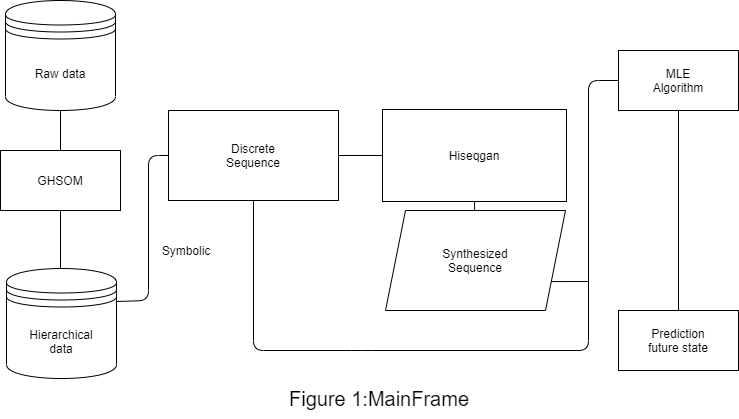
Before: image/mainframe.png, a diagram exported from draw.io (lina2360/HiSeqGan). Source tidied: cells renumbered, new cells last; positions are measured from the earlier drawing's top-left corner, leaving out a move shared by most shapes.
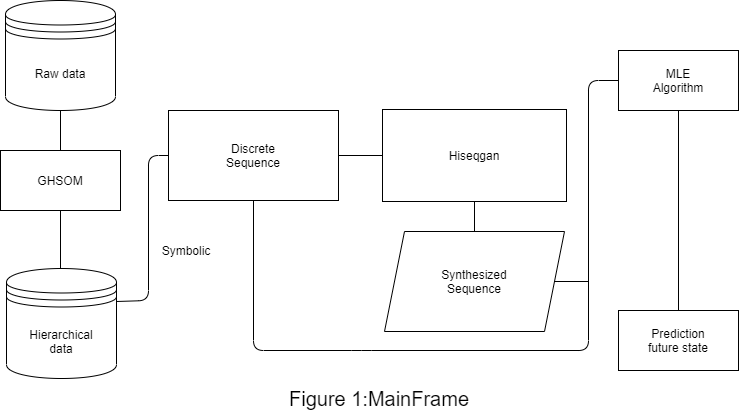
The same file after the commit.

The edit, as a diff of the source:
```diff
@@ -12,7 +12,7 @@
       <mxGeometry x="382" y="109" width="184" height="92" as="geometry" />
     </mxCell>
     <mxCell id="5" value="Synthesized&lt;br&gt;Sequence" style="shape=parallelogram;perimeter=parallelogramPerimeter;whiteSpace=wrap;html=1;fixedSize=1;" parent="1" vertex="1">
-      <mxGeometry x="385" y="210" width="180" height="100" as="geometry" />
+      <mxGeometry x="384" y="231" width="180" height="100" as="geometry" />
     </mxCell>
     <mxCell id="6" value="MLE&lt;br&gt;Algorithm" style="rounded=0;whiteSpace=wrap;html=1;" parent="1" vertex="1">
       <mxGeometry x="618" y="50" width="120" height="60" as="geometry" />
@@ -51,7 +51,7 @@
         </Array>
       </mxGeometry>
     </mxCell>
-    <mxCell id="13" style="endArrow=none;html=1;entryX=1;entryY=0.75;entryDx=0;entryDy=0;" parent="1" edge="1" target="5">
+    <mxCell id="13" style="endArrow=none;html=1;entryX=1;entryY=0.5;entryDx=0;entryDy=0;" parent="1" edge="1" target="5">
       <mxGeometry relative="1" as="geometry">
         <mxPoint x="588" y="281" as="sourcePoint" />
       </mxGeometry>
```
